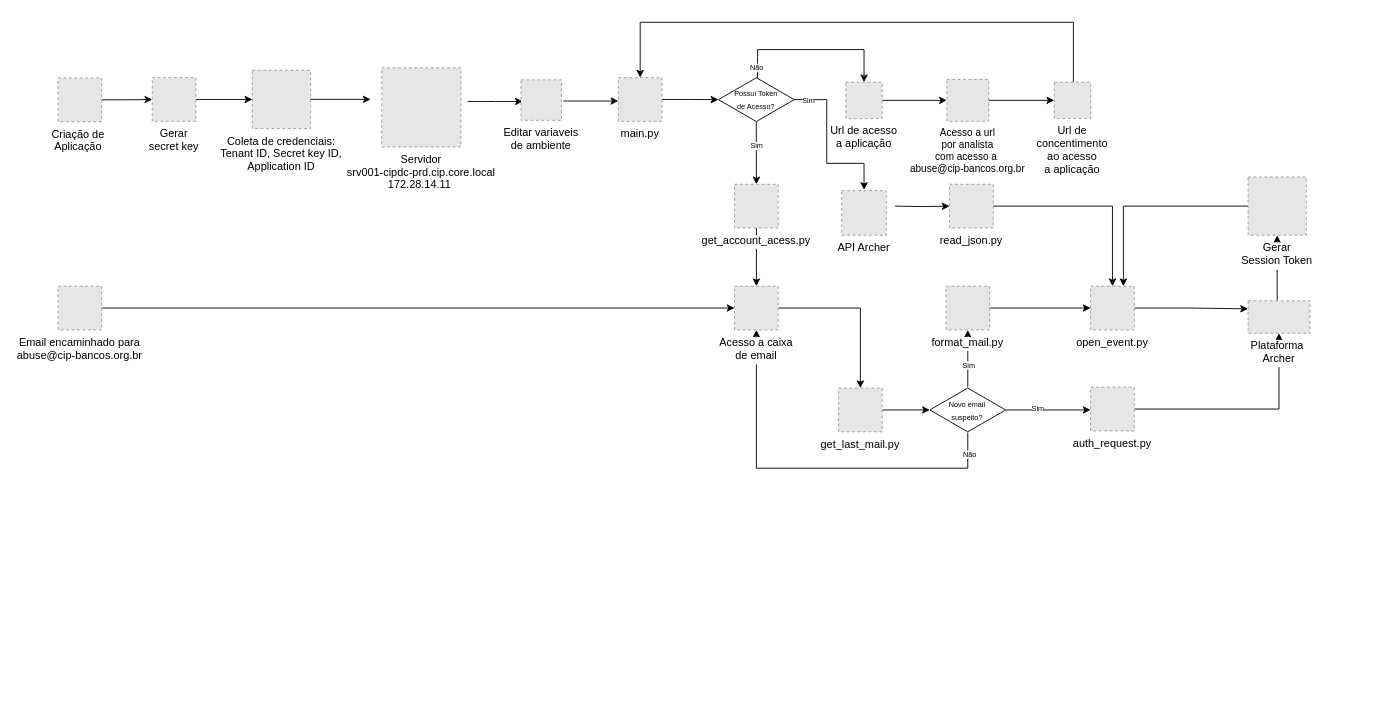
The draw.io diagram Untitled Diagram.drawio in Antonio-Costa00/Auto-Indicents-Creation-From-Fishing-Atacks, before the edit. Source tidied: cells renumbered, new cells numbered last; positions are measured from the earlier drawing's top-left corner, leaving out a move shared by most shapes. Both pictures are drawn from the tidied source at 91%, with x=0, y=0 at pixel (57, 22). Pictures stored in the file or linked from it are replaced by grey dashed boxes.
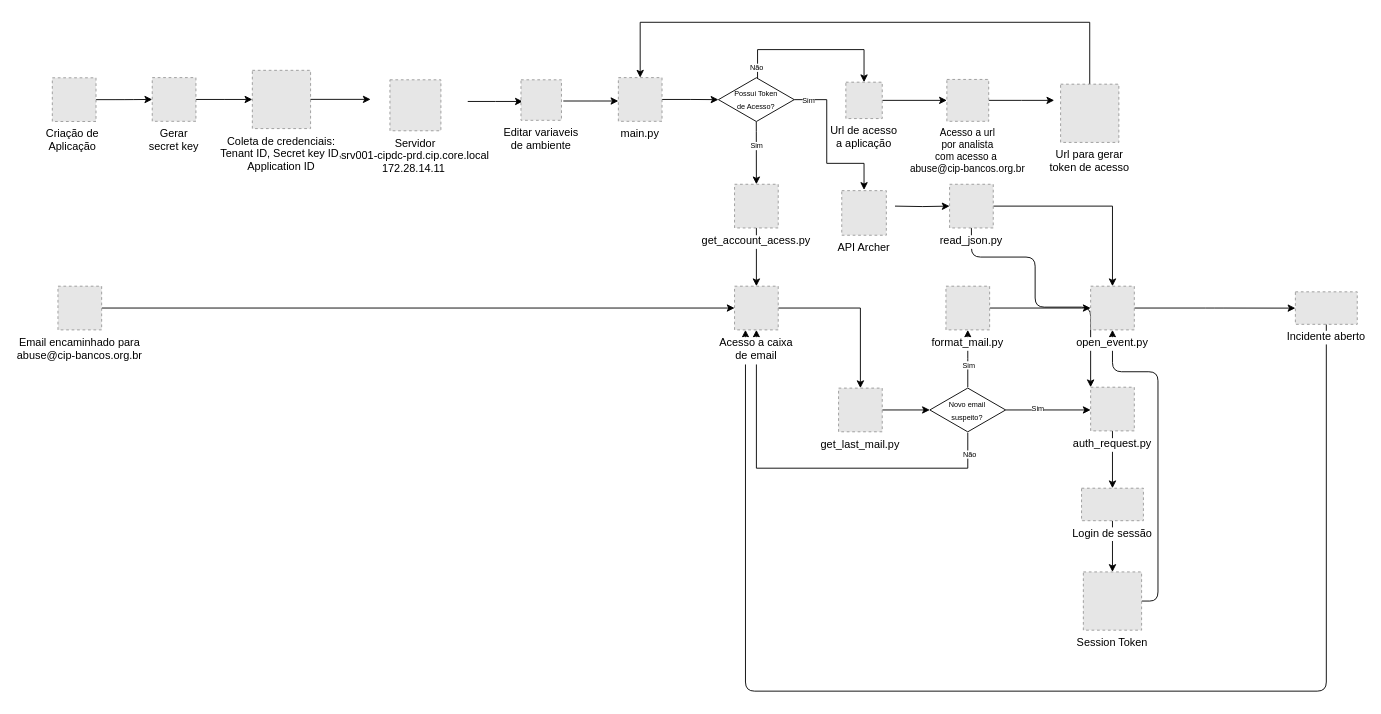
The same diagram, later.

Unchanged cells that the change refers to:
```xml
<mxCell id="10" value="main.py" style="fillColor=#E6E6E6;strokeColor=#999999;dashed=1;verticalLabelPosition=bottom;labelBackgroundColor=default;verticalAlign=top;" parent="1" vertex="1">
  <mxGeometry x="616" y="60.8" width="48" height="48" as="geometry" />
</mxCell>
<mxCell id="21" value="Acesso a url&#10;por analista&#10;com acesso a &#10;abuse@cip-bancos.org.br" style="fillColor=#E6E6E6;strokeColor=#999999;dashed=1;verticalLabelPosition=bottom;labelBackgroundColor=default;verticalAlign=top;fontSize=11;" parent="1" vertex="1">
  <mxGeometry x="977" y="62.8" width="46" height="46" as="geometry" />
</mxCell>
<mxCell id="33" value="Acesso a caixa&#10;de email" style="fillColor=#E6E6E6;strokeColor=#999999;dashed=1;verticalLabelPosition=bottom;labelBackgroundColor=default;verticalAlign=top;" parent="1" vertex="1">
  <mxGeometry x="743.7" y="290" width="48" height="48" as="geometry" />
</mxCell>
<mxCell id="41" value="auth_request.py" style="fillColor=#E6E6E6;strokeColor=#999999;dashed=1;verticalLabelPosition=bottom;labelBackgroundColor=default;verticalAlign=top;" parent="1" vertex="1">
  <mxGeometry x="1135" y="401" width="48" height="48" as="geometry" />
</mxCell>
<mxCell id="45" value="read_json.py" style="fillColor=#E6E6E6;strokeColor=#999999;dashed=1;verticalLabelPosition=bottom;labelBackgroundColor=default;verticalAlign=top;" parent="1" vertex="1">
  <mxGeometry x="980" y="178" width="48" height="48" as="geometry" />
</mxCell>
<mxCell id="47" value="open_event.py" style="fillColor=#E6E6E6;strokeColor=#999999;dashed=1;verticalLabelPosition=bottom;labelBackgroundColor=default;verticalAlign=top;" parent="1" vertex="1">
  <mxGeometry x="1135" y="290" width="48" height="48" as="geometry" />
</mxCell>
```

What changed in the source:
```diff
@@
+    <mxCell id="58" style="edgeStyle=orthogonalEdgeStyle;curved=0;rounded=1;sketch=0;jettySize=auto;html=1;entryX=0;entryY=0;entryDx=0;entryDy=0;labelBackgroundColor=none;labelBorderColor=#007FFF;fontSize=40;fontColor=none;exitX=0.5;exitY=1;exitDx=0;exitDy=0;" parent="1" edge="1" source="45" target="41">
+      <mxGeometry relative="1" as="geometry">
+        <Array as="points">
+          <mxPoint x="1004" y="258" />
+          <mxPoint x="1074" y="258" />
+          <mxPoint x="1074" y="313" />
+          <mxPoint x="1135" y="313" />
+        </Array>
+      </mxGeometry>
+    </mxCell>
+    <mxCell id="59" style="edgeStyle=orthogonalEdgeStyle;curved=0;rounded=1;sketch=0;jettySize=auto;html=1;labelBackgroundColor=none;labelBorderColor=#007FFF;fontSize=40;fontColor=none;entryX=0.25;entryY=1;entryDx=0;entryDy=0;" parent="1" edge="1" source="61" target="33">
+      <mxGeometry relative="1" as="geometry">
+        <Array as="points">
+          <mxPoint x="1394" y="735" />
+          <mxPoint x="756" y="735" />
+          <mxPoint x="756" y="338" />
+        </Array>
+      </mxGeometry>
+    </mxCell>
+    <mxCell id="52" style="edgeStyle=orthogonalEdgeStyle;curved=0;rounded=1;sketch=0;jettySize=auto;html=1;labelBackgroundColor=none;labelBorderColor=#007FFF;fontSize=40;fontColor=none;entryX=0.5;entryY=1;entryDx=0;entryDy=0;" parent="1" edge="1" source="53" target="47">
+      <mxGeometry relative="1" as="geometry">
+        <Array as="points">
+          <mxPoint x="1209" y="636" />
+          <mxPoint x="1209" y="384" />
+          <mxPoint x="1159" y="384" />
+        </Array>
+      </mxGeometry>
+    </mxCell>
@@
     <mxCell id="5" value="Criação de &#10;Aplicação " style="fillColor=#E6E6E6;strokeColor=#999999;dashed=1;verticalLabelPosition=bottom;labelBackgroundColor=default;verticalAlign=top;" parent="1" vertex="1">
-      <mxGeometry x="0.2" y="61.2" width="48" height="48" as="geometry" />
+      <mxGeometry x="-6" y="61" width="48" height="48" as="geometry" />
     </mxCell>
@@
-    <mxCell id="20" style="edgeStyle=orthogonalEdgeStyle;rounded=0;jettySize=auto;html=1;" parent="1" edge="1" source="21" target="23">
-      <mxGeometry relative="1" as="geometry" />
+    <mxCell id="20" style="edgeStyle=orthogonalEdgeStyle;rounded=0;jettySize=auto;html=1;" parent="1" edge="1" source="21">
+      <mxGeometry relative="1" as="geometry">
+        <mxPoint x="1095" y="85.8" as="targetPoint" />
+      </mxGeometry>
     </mxCell>
@@
-    <mxCell id="22" style="edgeStyle=orthogonalEdgeStyle;rounded=0;jettySize=auto;html=1;fontSize=11;entryX=0.5;entryY=0;entryDx=0;entryDy=0;" parent="1" edge="1" source="23" target="10">
+    <mxCell id="22" style="edgeStyle=orthogonalEdgeStyle;rounded=0;jettySize=auto;html=1;fontSize=11;entryX=0.5;entryY=0;entryDx=0;entryDy=0;exitX=0.5;exitY=0;exitDx=0;exitDy=0;" parent="1" edge="1" source="62" target="10">
       <mxGeometry relative="1" as="geometry">
         <Array as="points">
-          <mxPoint x="1116" />
+          <mxPoint x="1134" />
           <mxPoint x="640" />
         </Array>
       </mxGeometry>
     </mxCell>
-    <mxCell id="23" value="Url de &#10;concentimento&#10;ao acesso &#10;a aplicação" style="fillColor=#E6E6E6;strokeColor=#999999;dashed=1;verticalLabelPosition=bottom;labelBackgroundColor=default;verticalAlign=top;" parent="1" vertex="1">
-      <mxGeometry x="1095" y="65.8" width="40" height="40" as="geometry" />
-    </mxCell>
@@
-    <mxCell id="40" style="edgeStyle=orthogonalEdgeStyle;rounded=0;jettySize=auto;html=1;fontSize=8;" parent="1" edge="1" source="41" target="50">
+    <mxCell id="40" style="edgeStyle=orthogonalEdgeStyle;curved=0;rounded=1;sketch=0;jettySize=auto;html=1;exitX=0.5;exitY=1;exitDx=0;exitDy=0;labelBackgroundColor=none;labelBorderColor=#007FFF;fontSize=40;fontColor=none;" parent="1" edge="1" source="41" target="50">
       <mxGeometry relative="1" as="geometry" />
     </mxCell>
@@
-    <mxCell id="46" style="edgeStyle=orthogonalEdgeStyle;rounded=0;jettySize=auto;html=1;entryX=0;entryY=0.25;entryDx=0;entryDy=0;fontSize=8;" parent="1" edge="1" source="47" target="50">
-      <mxGeometry relative="1" as="geometry" />
-    </mxCell>
+    <mxCell id="60" style="edgeStyle=orthogonalEdgeStyle;curved=0;rounded=1;sketch=0;jettySize=auto;html=1;labelBackgroundColor=none;labelBorderColor=#007FFF;fontSize=40;fontColor=none;" parent="1" edge="1" source="47" target="61">
+      <mxGeometry relative="1" as="geometry" />
+    </mxCell>
@@
-    <mxCell id="49" style="edgeStyle=orthogonalEdgeStyle;rounded=0;jettySize=auto;html=1;fontSize=8;" parent="1" edge="1" source="50" target="53">
-      <mxGeometry relative="1" as="geometry">
-        <Array as="points">
-          <mxPoint x="1340" y="286" />
-          <mxPoint x="1340" y="286" />
-        </Array>
-      </mxGeometry>
+    <mxCell id="49" style="edgeStyle=orthogonalEdgeStyle;curved=0;rounded=1;sketch=0;jettySize=auto;html=1;labelBackgroundColor=none;labelBorderColor=#007FFF;fontSize=40;fontColor=none;" parent="1" edge="1" source="50" target="53">
+      <mxGeometry relative="1" as="geometry" />
     </mxCell>
-    <mxCell id="50" value="Plataforma &#10;Archer" style="fillColor=#E6E6E6;strokeColor=#999999;dashed=1;verticalLabelPosition=bottom;labelBackgroundColor=default;verticalAlign=top;" parent="1" vertex="1">
-      <mxGeometry x="1308" y="306" width="68" height="35.7" as="geometry" />
+    <mxCell id="50" value="Login de sessão" style="fillColor=#E6E6E6;strokeColor=#999999;dashed=1;verticalLabelPosition=bottom;labelBackgroundColor=default;verticalAlign=top;" parent="1" vertex="1">
+      <mxGeometry x="1125" y="512" width="68" height="35.7" as="geometry" />
     </mxCell>
@@
-    <mxCell id="52" style="edgeStyle=orthogonalEdgeStyle;rounded=0;jettySize=auto;html=1;entryX=0.75;entryY=0;entryDx=0;entryDy=0;fontSize=8;" parent="1" edge="1" source="53" target="47">
-      <mxGeometry relative="1" as="geometry" />
-    </mxCell>
-    <mxCell id="53" value="Gerar&#10;Session Token" style="fillColor=#E6E6E6;strokeColor=#999999;dashed=1;verticalLabelPosition=bottom;labelBackgroundColor=default;verticalAlign=top;" parent="1" vertex="1">
-      <mxGeometry x="1308" y="170" width="64" height="64" as="geometry" />
+    <mxCell id="53" value="Session Token" style="fillColor=#E6E6E6;strokeColor=#999999;dashed=1;verticalLabelPosition=bottom;labelBackgroundColor=default;verticalAlign=top;" parent="1" vertex="1">
+      <mxGeometry x="1127" y="604" width="64" height="64" as="geometry" />
     </mxCell>
@@
     <mxCell id="56" value="Servidor&#10;srv001-cipdc-prd.cip.core.local&#10;172.28.14.11 " style="fillColor=#E6E6E6;strokeColor=#999999;dashed=1;verticalLabelPosition=bottom;labelBackgroundColor=default;verticalAlign=top;" parent="1" vertex="1">
-      <mxGeometry x="356" y="50" width="87" height="87" as="geometry" />
+      <mxGeometry x="365" y="63.2" width="56" height="56" as="geometry" />
     </mxCell>
@@
+    <mxCell id="61" value="Incidente aberto" style="fillColor=#E6E6E6;strokeColor=#999999;dashed=1;verticalLabelPosition=bottom;labelBackgroundColor=default;verticalAlign=top;" parent="1" vertex="1">
+      <mxGeometry x="1360" y="296.2" width="68" height="35.7" as="geometry" />
+    </mxCell>
+    <mxCell id="62" value="Url para gerar&#10;token de acesso" style="fillColor=#E6E6E6;strokeColor=#999999;dashed=1;verticalLabelPosition=bottom;labelBackgroundColor=default;verticalAlign=top;" parent="1" vertex="1">
+      <mxGeometry x="1102" y="68" width="64" height="64" as="geometry" />
+    </mxCell>
```
